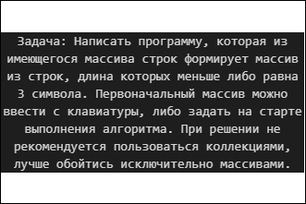
This is Block_diagram.png from RogDM/GB_1_quarter_Final, a draw.io export, as it was before one commit. Source tidied: cells renumbered, new cells last; positions are measured from the earlier drawing's top-left corner, leaving out a move shared by most shapes.
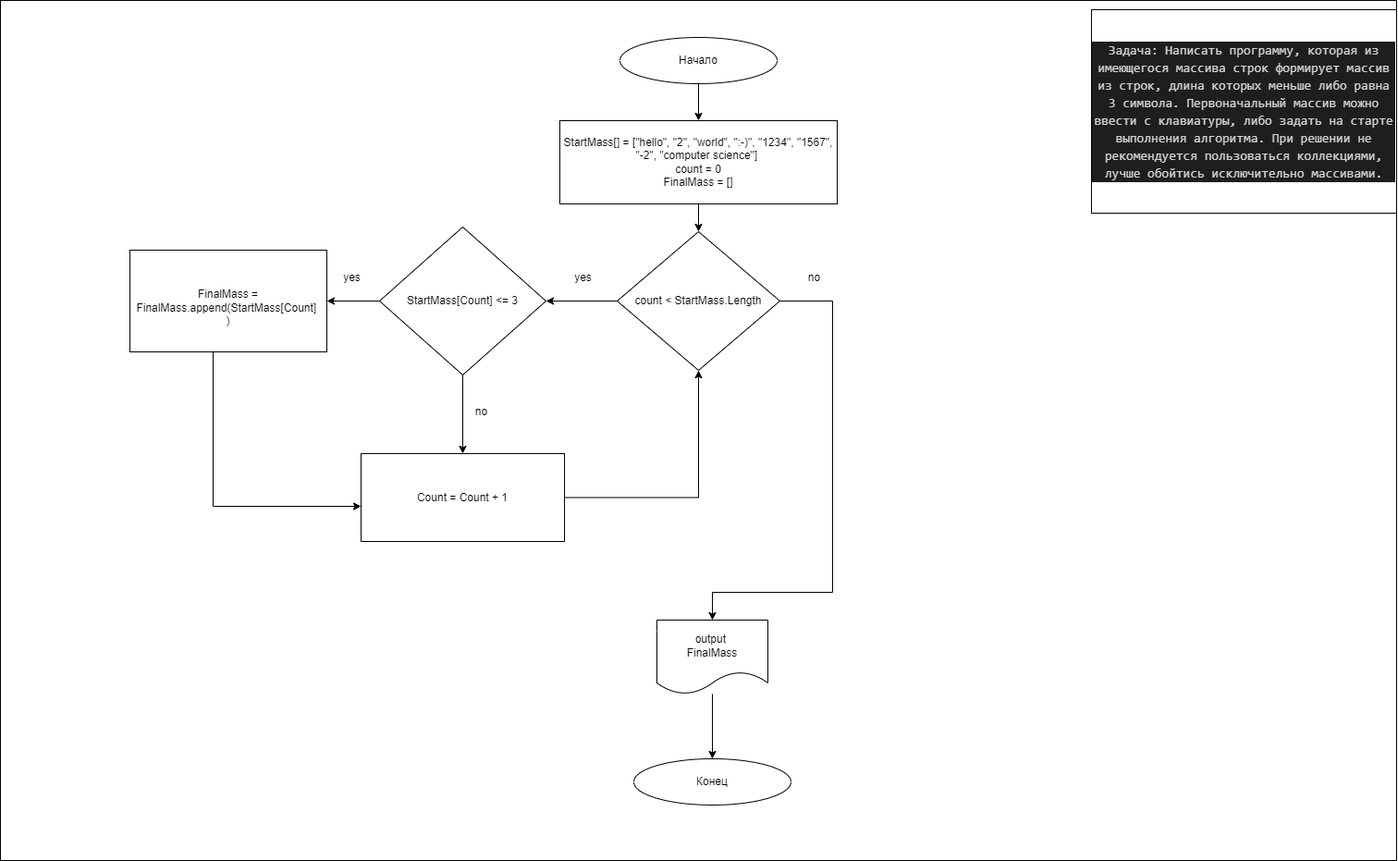
Later version of the same file.

Change to the diagram source:
```diff
@@ -2,8 +2,84 @@
   <root>
     <mxCell id="0" />
     <mxCell id="1" parent="0" />
+    <mxCell id="3" style="rounded=0;whiteSpace=wrap;html=1;" parent="1" vertex="1">
+      <mxGeometry x="-1180" y="-10" width="1510" height="930" as="geometry" />
+    </mxCell>
     <mxCell id="2" value="&lt;div style=&quot;color: rgb(212, 212, 212); background-color: rgb(30, 30, 30); font-family: Consolas, &amp;quot;Courier New&amp;quot;, monospace; font-size: 14px; line-height: 19px;&quot;&gt;Задача: Написать программу, которая из имеющегося массива строк формирует массив из строк, длина которых меньше либо равна 3 символа. Первоначальный массив можно ввести с клавиатуры, либо задать на старте выполнения алгоритма. При решении не рекомендуется пользоваться коллекциями, лучше обойтись исключительно массивами.&lt;/div&gt;" style="rounded=0;whiteSpace=wrap;html=1;" parent="1" vertex="1">
       <mxGeometry width="330" height="220" as="geometry" />
     </mxCell>
+    <mxCell id="4" style="edgeStyle=orthogonalEdgeStyle;rounded=0;jettySize=auto;html=1;" parent="1" edge="1" source="5" target="7">
+      <mxGeometry relative="1" as="geometry" />
+    </mxCell>
+    <mxCell id="5" value="Начало" style="ellipse;whiteSpace=wrap;html=1;" parent="1" vertex="1">
+      <mxGeometry x="-510" y="30" width="170" height="50" as="geometry" />
+    </mxCell>
+    <mxCell id="6" style="edgeStyle=orthogonalEdgeStyle;rounded=0;jettySize=auto;html=1;" parent="1" edge="1" source="7" target="10">
+      <mxGeometry relative="1" as="geometry" />
+    </mxCell>
+    <mxCell id="7" value="StartMass[] = [&quot;hello&quot;, &quot;2&quot;, &quot;world&quot;, &quot;:-)&quot;, &quot;1234&quot;, &quot;1567&quot;, &quot;-2&quot;, &quot;computer science&quot;]&amp;nbsp;&lt;br&gt;count = 0&lt;br&gt;FinalMass = []" style="rounded=0;whiteSpace=wrap;html=1;" parent="1" vertex="1">
+      <mxGeometry x="-575" y="120" width="300" height="90" as="geometry" />
+    </mxCell>
+    <mxCell id="8" style="edgeStyle=orthogonalEdgeStyle;rounded=0;jettySize=auto;html=1;" parent="1" edge="1" source="10" target="13">
+      <mxGeometry relative="1" as="geometry" />
+    </mxCell>
+    <mxCell id="9" style="edgeStyle=orthogonalEdgeStyle;rounded=0;jettySize=auto;html=1;entryX=0.5;entryY=0;entryDx=0;entryDy=0;" parent="1" edge="1" source="10" target="19">
+      <mxGeometry relative="1" as="geometry">
+        <Array as="points">
+          <mxPoint x="-280" y="315" />
+          <mxPoint x="-280" y="630" />
+          <mxPoint x="-410" y="630" />
+        </Array>
+      </mxGeometry>
+    </mxCell>
+    <mxCell id="10" value="count&amp;nbsp;&amp;lt; StartMass.Length" style="rhombus;whiteSpace=wrap;html=1;" parent="1" vertex="1">
+      <mxGeometry x="-513" y="240" width="176" height="150" as="geometry" />
+    </mxCell>
+    <mxCell id="11" style="edgeStyle=orthogonalEdgeStyle;rounded=0;jettySize=auto;html=1;" parent="1" edge="1" source="13" target="15">
+      <mxGeometry relative="1" as="geometry" />
+    </mxCell>
+    <mxCell id="12" style="edgeStyle=orthogonalEdgeStyle;rounded=0;jettySize=auto;html=1;" parent="1" edge="1" source="13" target="17">
+      <mxGeometry relative="1" as="geometry" />
+    </mxCell>
+    <mxCell id="13" value="StartMass[Count] &amp;lt;= 3" style="rhombus;whiteSpace=wrap;html=1;" parent="1" vertex="1">
+      <mxGeometry x="-770" y="235" width="180" height="160" as="geometry" />
+    </mxCell>
+    <mxCell id="14" style="edgeStyle=orthogonalEdgeStyle;rounded=0;jettySize=auto;html=1;entryX=0;entryY=0.6;entryDx=0;entryDy=0;entryPerimeter=0;" parent="1" edge="1" source="15" target="17">
+      <mxGeometry relative="1" as="geometry">
+        <Array as="points">
+          <mxPoint x="-950" y="537" />
+        </Array>
+      </mxGeometry>
+    </mxCell>
+    <mxCell id="15" value="&lt;br&gt;FinalMass&amp;nbsp;= FinalMass.append(StartMass[Count]&amp;nbsp;&lt;br&gt;)" style="rounded=0;whiteSpace=wrap;html=1;" parent="1" vertex="1">
+      <mxGeometry x="-1040" y="260" width="213" height="110" as="geometry" />
+    </mxCell>
+    <mxCell id="16" style="edgeStyle=orthogonalEdgeStyle;rounded=0;jettySize=auto;html=1;entryX=0.5;entryY=1;entryDx=0;entryDy=0;" parent="1" edge="1" source="17" target="10">
+      <mxGeometry relative="1" as="geometry" />
+    </mxCell>
+    <mxCell id="17" value="Count = Count&amp;nbsp;+ 1" style="rounded=0;whiteSpace=wrap;html=1;" parent="1" vertex="1">
+      <mxGeometry x="-790" y="480" width="220" height="95" as="geometry" />
+    </mxCell>
+    <mxCell id="18" style="edgeStyle=orthogonalEdgeStyle;rounded=0;jettySize=auto;html=1;" parent="1" edge="1" source="19" target="20">
+      <mxGeometry relative="1" as="geometry" />
+    </mxCell>
+    <mxCell id="19" value="output&amp;nbsp;&lt;br&gt;FinalMass" style="shape=document;whiteSpace=wrap;html=1;boundedLbl=1;" parent="1" vertex="1">
+      <mxGeometry x="-470" y="660" width="120" height="80" as="geometry" />
+    </mxCell>
+    <mxCell id="20" value="Конец" style="ellipse;whiteSpace=wrap;html=1;" parent="1" vertex="1">
+      <mxGeometry x="-495" y="810" width="170" height="50" as="geometry" />
+    </mxCell>
+    <mxCell id="21" value="yes" style="text;html=1;align=center;verticalAlign=middle;strokeColor=none;fillColor=none;" parent="1" vertex="1">
+      <mxGeometry x="-570" y="275" width="40" height="30" as="geometry" />
+    </mxCell>
+    <mxCell id="22" value="yes" style="text;html=1;align=center;verticalAlign=middle;strokeColor=none;fillColor=none;" parent="1" vertex="1">
+      <mxGeometry x="-820" y="275" width="40" height="30" as="geometry" />
+    </mxCell>
+    <mxCell id="23" value="no" style="text;html=1;align=center;verticalAlign=middle;strokeColor=none;fillColor=none;" parent="1" vertex="1">
+      <mxGeometry x="-320" y="275" width="40" height="30" as="geometry" />
+    </mxCell>
+    <mxCell id="24" value="no" style="text;html=1;align=center;verticalAlign=middle;strokeColor=none;fillColor=none;" parent="1" vertex="1">
+      <mxGeometry x="-680" y="420" width="40" height="30" as="geometry" />
+    </mxCell>
   </root>
 </mxGraphModel>
```
